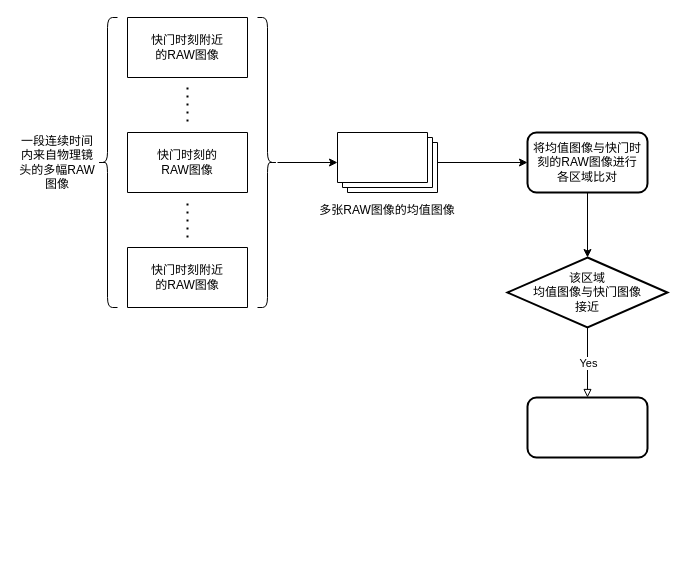
The draw.io diagram remove_passby_axiom.drawio in ForsakenLi/draw.io, before the edit. Source tidied: cells renumbered, new cells numbered last; positions are measured from the earlier drawing's top-left corner, leaving out a move shared by most shapes. Both pictures are drawn from the tidied source at 100%, with x=0, y=0 at pixel (17, 17).
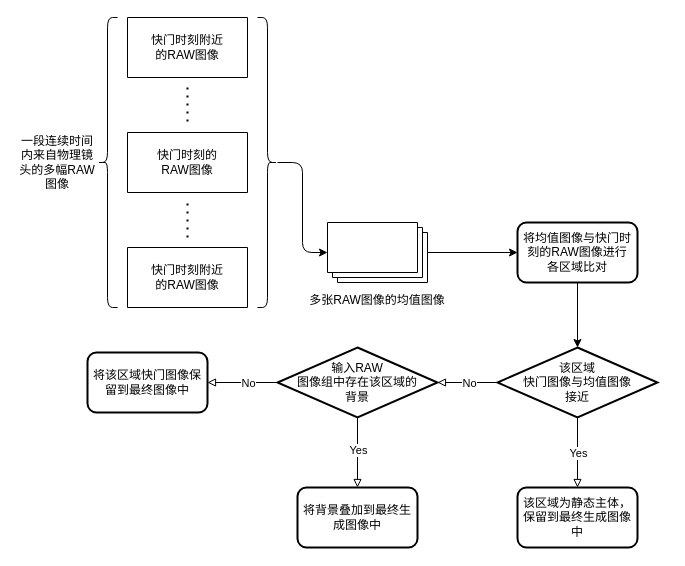
Above is the later version.

The change refers to these unchanged cells:
```xml
<mxCell id="7" style="shape=curlyBracket;whiteSpace=wrap;html=1;rounded=1;flipH=1;" parent="1" vertex="1">
  <mxGeometry x="240" width="20" height="290" as="geometry" />
</mxCell>
```

What changed in the source:
```diff
@@
-    <mxCell id="6" style="edgeStyle=orthogonalEdgeStyle;rounded=0;jettySize=auto;html=1;" parent="1" edge="1" source="7" target="11">
+    <mxCell id="6" style="edgeStyle=orthogonalEdgeStyle;rounded=1;jettySize=auto;html=1;" parent="1" edge="1" source="7" target="11">
       <mxGeometry relative="1" as="geometry" />
     </mxCell>
@@
     <mxCell id="11" style="verticalLabelPosition=bottom;verticalAlign=top;html=1;shape=mxgraph.basic.layered_rect;dx=10;outlineConnect=0;" parent="1" vertex="1">
-      <mxGeometry x="320" y="115" width="100" height="60" as="geometry" />
+      <mxGeometry x="310" y="205" width="100" height="60" as="geometry" />
     </mxCell>
@@
     <mxCell id="14" value="多张RAW图像的均值图像" style="text;html=1;strokeColor=none;fillColor=none;align=center;verticalAlign=middle;whiteSpace=wrap;rounded=0;" parent="1" vertex="1">
-      <mxGeometry x="300" y="177.5" width="140" height="30" as="geometry" />
+      <mxGeometry x="290" y="267.5" width="140" height="30" as="geometry" />
     </mxCell>
@@
+    <mxCell id="23" style="edgeStyle=orthogonalEdgeStyle;rounded=0;jettySize=auto;html=1;endArrow=block;endFill=0;" parent="1" edge="1" source="17">
+      <mxGeometry relative="1" as="geometry">
+        <mxPoint x="420" y="365" as="targetPoint" />
+      </mxGeometry>
+    </mxCell>
+    <mxCell id="24" value="No" style="edgeLabel;html=1;align=center;verticalAlign=middle;" parent="23" vertex="1">
+      <mxGeometry x="-0.31" y="-1" relative="1" as="geometry">
+        <mxPoint x="-8" y="1" as="offset" />
+      </mxGeometry>
+    </mxCell>
-    <mxCell id="17" value="该区域&lt;br&gt;均值图像与快门图像&lt;br&gt;接近" style="strokeWidth=2;html=1;shape=mxgraph.flowchart.decision;whiteSpace=wrap;rounded=1;" parent="1" vertex="1">
-      <mxGeometry x="490" y="240" width="160" height="70" as="geometry" />
+    <mxCell id="17" value="该区域&lt;br&gt;快门图像与均值图像&lt;br&gt;接近" style="strokeWidth=2;html=1;shape=mxgraph.flowchart.decision;whiteSpace=wrap;rounded=1;" parent="1" vertex="1">
+      <mxGeometry x="480" y="330" width="160" height="70" as="geometry" />
     </mxCell>
-    <mxCell id="18" style="whiteSpace=wrap;html=1;strokeWidth=2;rounded=1;" parent="1" vertex="1">
-      <mxGeometry x="510" y="380" width="120" height="60" as="geometry" />
+    <mxCell id="18" value="该区域为静态主体，保留到最终生成图像中" style="whiteSpace=wrap;html=1;strokeWidth=2;rounded=1;" parent="1" vertex="1">
+      <mxGeometry x="500" y="470" width="120" height="60" as="geometry" />
     </mxCell>
@@
     <mxCell id="20" value="将均值图像与快门时刻的RAW图像进行&lt;br&gt;各区域比对" style="whiteSpace=wrap;html=1;strokeWidth=2;rounded=1;" parent="1" vertex="1">
-      <mxGeometry x="510" y="115" width="120" height="60" as="geometry" />
+      <mxGeometry x="500" y="205" width="120" height="60" as="geometry" />
     </mxCell>
@@
+    <mxCell id="25" style="edgeStyle=orthogonalEdgeStyle;rounded=0;jettySize=auto;html=1;endArrow=block;endFill=0;" parent="1" edge="1" source="29">
+      <mxGeometry relative="1" as="geometry">
+        <mxPoint x="340" y="470" as="targetPoint" />
+      </mxGeometry>
+    </mxCell>
+    <mxCell id="26" value="Yes" style="edgeLabel;html=1;align=center;verticalAlign=middle;" parent="25" vertex="1">
+      <mxGeometry x="-0.1" y="2" relative="1" as="geometry">
+        <mxPoint x="-2" as="offset" />
+      </mxGeometry>
+    </mxCell>
+    <mxCell id="27" style="edgeStyle=orthogonalEdgeStyle;rounded=1;jettySize=auto;html=1;endArrow=block;endFill=0;" parent="1" edge="1" source="29" target="31">
+      <mxGeometry relative="1" as="geometry" />
+    </mxCell>
+    <mxCell id="28" value="No" style="edgeLabel;html=1;align=center;verticalAlign=middle;" parent="27" vertex="1">
+      <mxGeometry x="-0.13" y="2" relative="1" as="geometry">
+        <mxPoint y="-2" as="offset" />
+      </mxGeometry>
+    </mxCell>
+    <mxCell id="29" value="输入RAW&lt;br&gt;图像组中存在该区域的&lt;br&gt;背景" style="strokeWidth=2;html=1;shape=mxgraph.flowchart.decision;whiteSpace=wrap;rounded=1;" parent="1" vertex="1">
+      <mxGeometry x="260" y="330" width="160" height="70" as="geometry" />
+    </mxCell>
+    <mxCell id="30" value="将背景叠加到最终生成图像中" style="whiteSpace=wrap;html=1;strokeWidth=2;rounded=1;" parent="1" vertex="1">
+      <mxGeometry x="280" y="470" width="120" height="60" as="geometry" />
+    </mxCell>
+    <mxCell id="31" value="将该区域快门图像保留到最终图像中" style="whiteSpace=wrap;html=1;strokeWidth=2;rounded=1;" parent="1" vertex="1">
+      <mxGeometry x="70" y="335" width="120" height="60" as="geometry" />
+    </mxCell>
```
